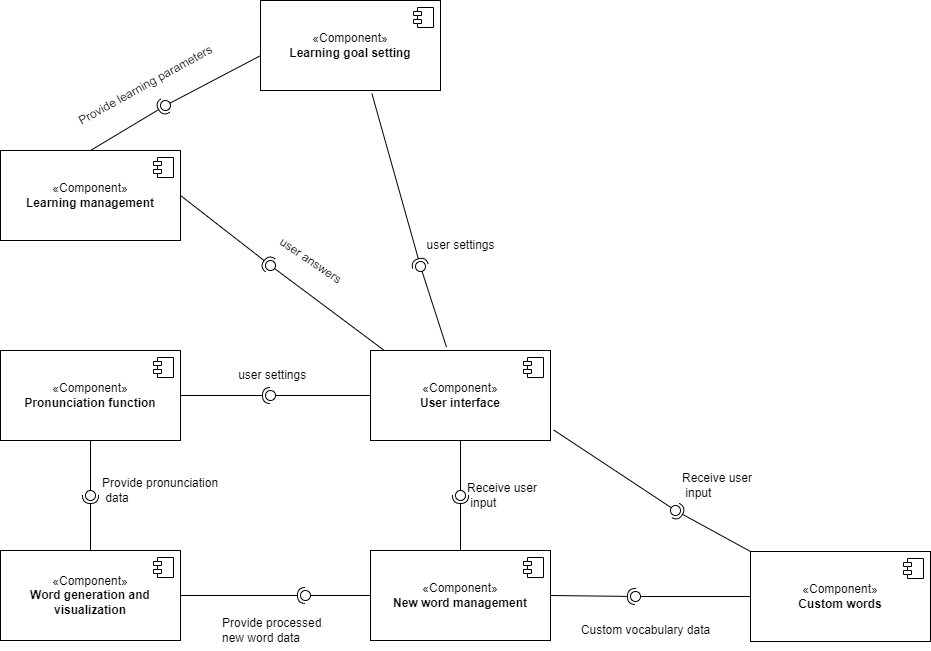
Above: component.drawio.png in xiangxiang3451/blog_pictures (draw.io), before the change. Source tidied: cells renumbered, new cells last; positions are measured from the earlier drawing's top-left corner, leaving out a move shared by most shapes.
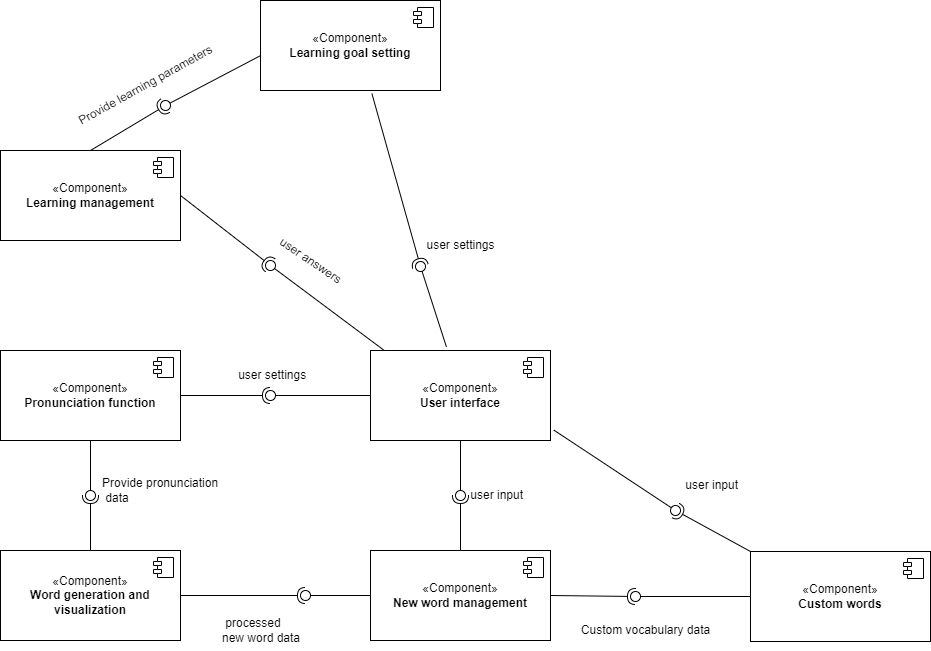
The same file after the commit.

Change to the diagram source:
```diff
@@ -35,8 +35,8 @@
     <mxCell id="10" style="ellipse;whiteSpace=wrap;html=1;align=center;fillColor=none;strokeColor=none;perimeter=centerPerimeter;points=[];outlineConnect=1;" parent="1" vertex="1">
       <mxGeometry x="455" y="490" width="10" height="10" as="geometry" />
     </mxCell>
-    <mxCell id="11" value="Receive user&lt;br&gt;&amp;nbsp;input" style="text;html=1;align=left;verticalAlign=middle;strokeColor=none;fillColor=none;" parent="1" vertex="1">
-      <mxGeometry x="465" y="475" width="90" height="40" as="geometry" />
+    <mxCell id="11" value="&amp;nbsp;user&amp;nbsp;input" style="text;html=1;align=left;verticalAlign=middle;strokeColor=none;fillColor=none;" parent="1" vertex="1">
+      <mxGeometry x="465" y="480" width="80" height="30" as="geometry" />
     </mxCell>
     <mxCell id="12" value="«Component»&lt;br&gt;&lt;b&gt;Word generation and visualization&lt;/b&gt;" style="html=1;whiteSpace=wrap;" parent="1" vertex="1">
       <mxGeometry y="550" width="180" height="90" as="geometry" />
@@ -55,8 +55,8 @@
     <mxCell id="16" style="ellipse;whiteSpace=wrap;html=1;align=center;fillColor=none;strokeColor=none;perimeter=centerPerimeter;points=[];outlineConnect=1;" parent="1" vertex="1">
       <mxGeometry x="300" y="590" width="10" height="10" as="geometry" />
     </mxCell>
-    <mxCell id="17" value="Provide processed &lt;br&gt;new word data" style="text;html=1;align=left;verticalAlign=middle;strokeColor=none;fillColor=none;" parent="1" vertex="1">
-      <mxGeometry x="220" y="610" width="120" height="40" as="geometry" />
+    <mxCell id="17" value="&amp;nbsp;processed &lt;br&gt;new word data" style="text;html=1;align=left;verticalAlign=middle;strokeColor=none;fillColor=none;" parent="1" vertex="1">
+      <mxGeometry x="220" y="610" width="100" height="40" as="geometry" />
     </mxCell>
     <mxCell id="18" style="rounded=0;jettySize=auto;html=1;endArrow=halfCircle;endFill=0;endSize=6;strokeWidth=1;sketch=0;exitX=1;exitY=0.5;exitDx=0;exitDy=0;" parent="1" edge="1" source="4" target="20">
       <mxGeometry relative="1" as="geometry" />
@@ -79,8 +79,8 @@
     <mxCell id="24" style="ellipse;whiteSpace=wrap;html=1;align=center;fillColor=none;strokeColor=none;perimeter=centerPerimeter;points=[];outlineConnect=1;" parent="1" vertex="1">
       <mxGeometry x="670" y="505" width="10" height="10" as="geometry" />
     </mxCell>
-    <mxCell id="25" value="Receive user&lt;br&gt;&amp;nbsp;input" style="text;html=1;align=left;verticalAlign=middle;strokeColor=none;fillColor=none;" parent="1" vertex="1">
-      <mxGeometry x="680" y="465" width="90" height="40" as="geometry" />
+    <mxCell id="25" value="&amp;nbsp;user input" style="text;html=1;align=left;verticalAlign=middle;strokeColor=none;fillColor=none;" parent="1" vertex="1">
+      <mxGeometry x="680" y="470" width="80" height="30" as="geometry" />
     </mxCell>
     <mxCell id="26" value="«Component»&lt;br&gt;&lt;b&gt;Pronunciation function&lt;/b&gt;" style="html=1;whiteSpace=wrap;" parent="1" vertex="1">
       <mxGeometry y="350" width="180" height="90" as="geometry" />
```
